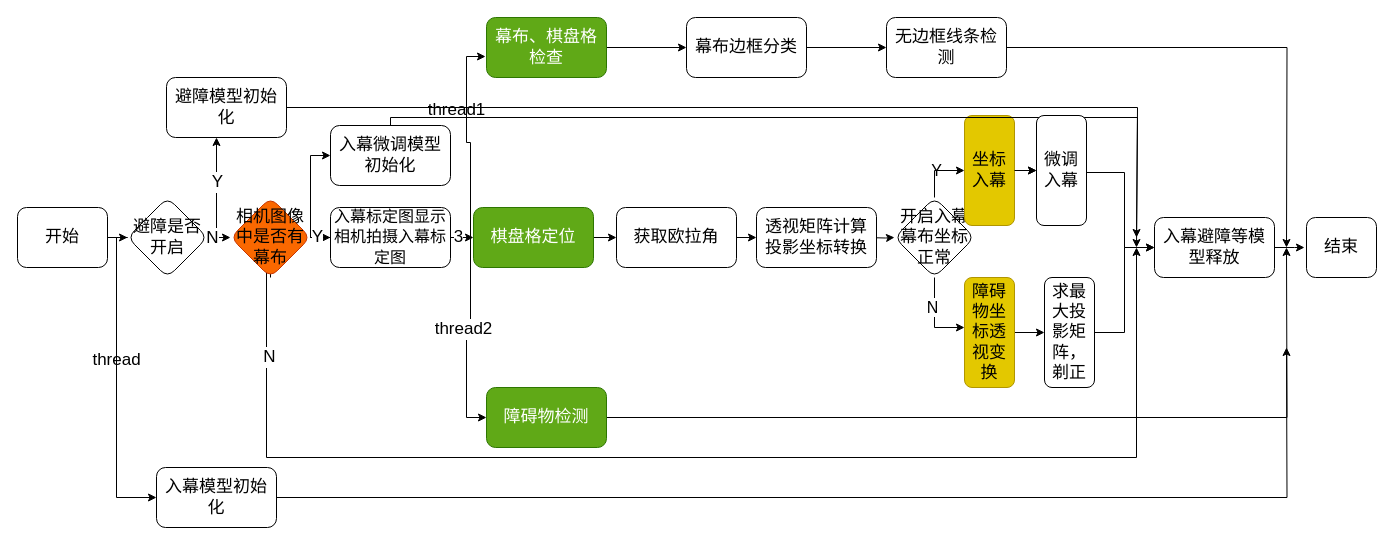
This is 入幕避障图.drawio from ByronGe/ff, a draw.io file, before an edit. Source tidied: cells renumbered, new cells numbered last; positions are measured from the earlier drawing's top-left corner, leaving out a move shared by most shapes. Both pictures are drawn from the tidied source at 100%, with x=0, y=0 at pixel (17, 17).
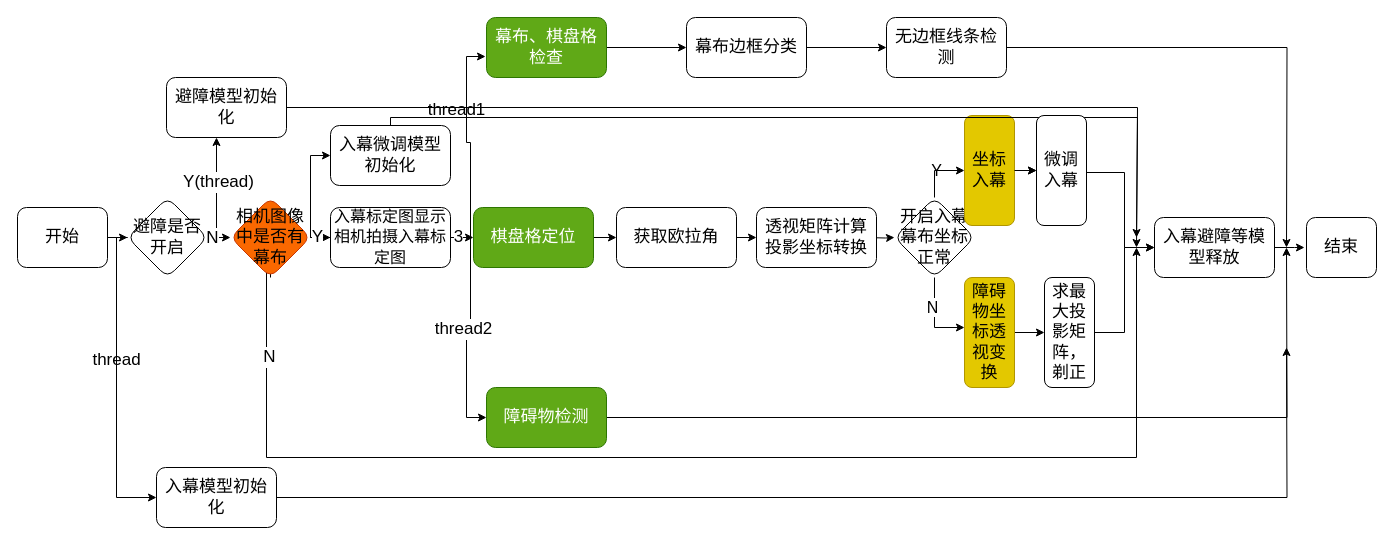
Above is the later version.

Commit message:
更新入幕避障图.drawio

The change refers to these unchanged cells:
```xml
<mxCell id="6" style="edgeStyle=orthogonalEdgeStyle;rounded=0;jettySize=auto;html=1;fontSize=17;" parent="1" edge="1" source="9" target="54">
  <mxGeometry relative="1" as="geometry">
    <Array as="points">
      <mxPoint x="199" y="220" />
    </Array>
  </mxGeometry>
</mxCell>
```

Change to the diagram source:
```diff
@@
-    <mxCell id="7" value="Y" style="edgeLabel;html=1;align=center;verticalAlign=middle;fontSize=17;" parent="6" vertex="1">
-      <mxGeometry x="0.19" relative="1" as="geometry" />
+    <mxCell id="7" value="Y(thread)" style="edgeLabel;html=1;align=center;verticalAlign=middle;fontSize=17;" parent="6" vertex="1">
+      <mxGeometry x="0.19" relative="1" as="geometry">
+        <mxPoint x="1" as="offset" />
+      </mxGeometry>
     </mxCell>
```
